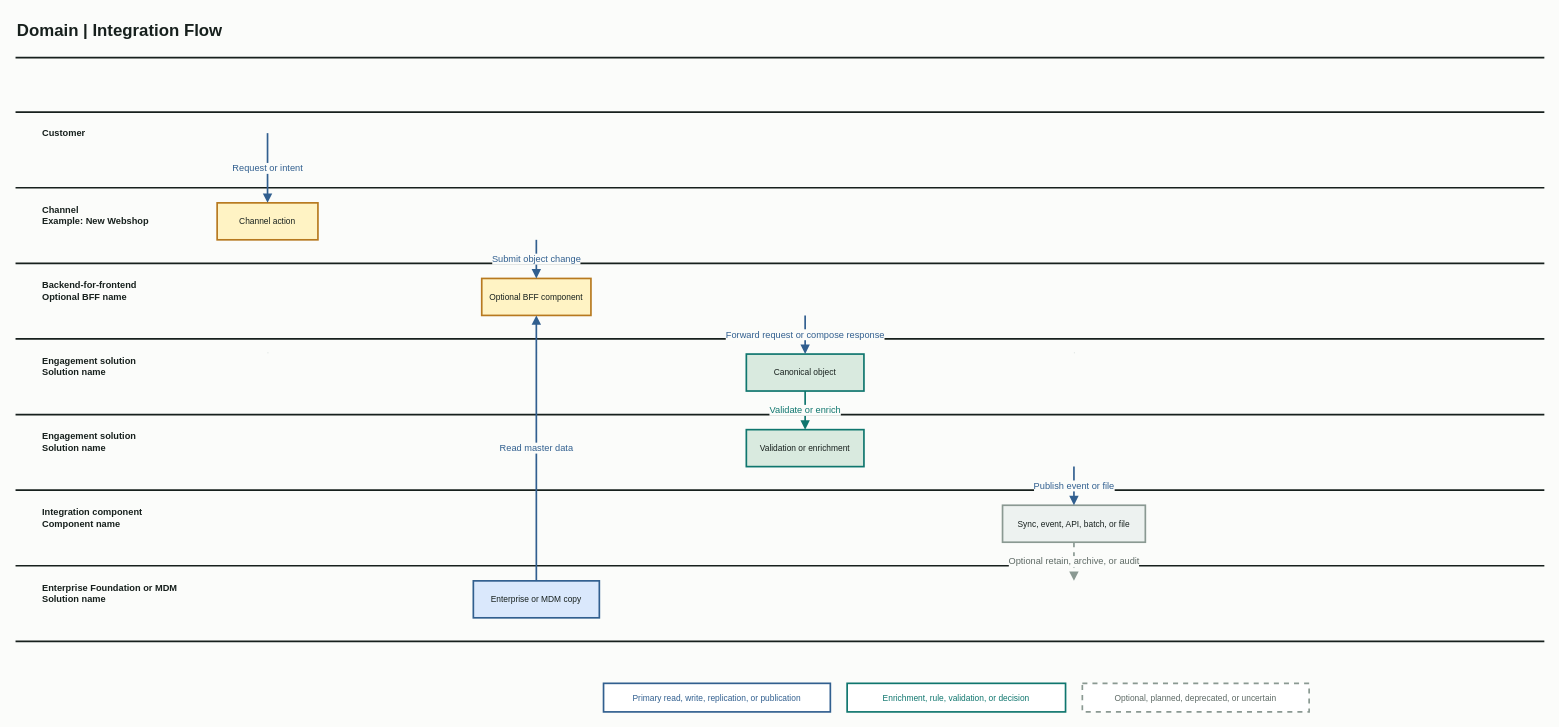
The draw.io diagram skills/create-drawio-diagram/templates/integration-flow.drawio in Future-CX/AI-Architecture-Toolkit, before the edit. Source tidied: cells renumbered, new cells numbered last; positions are measured from the earlier drawing's top-left corner, leaving out a move shared by most shapes. Both pictures are drawn from the tidied source at 84%, with x=0, y=0 at pixel (15, 14).
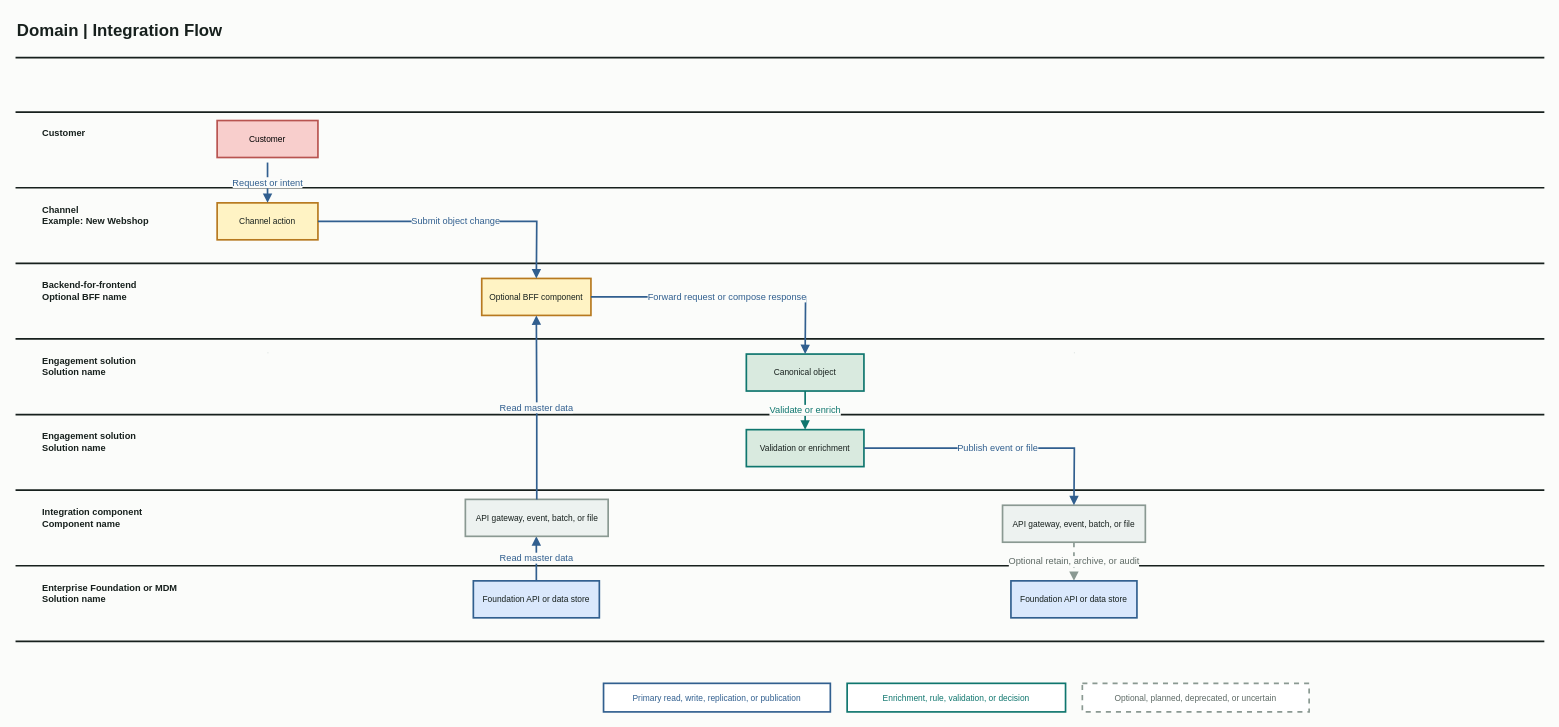
Above is the later version.

Commit message (it also covers changes not shown here):
improve Solution Architecture Design output

Unchanged cells that the change refers to:
```xml
<mxCell id="23" value="Channel action" style="rounded=0;whiteSpace=wrap;html=1;spacing=4;fillColor=#fff3c4;strokeColor=#b7791f;fontColor=#17201d;fontSize=10;strokeWidth=2;" parent="1" vertex="1">
  <mxGeometry x="240" y="224" width="120" height="44" as="geometry" />
</mxCell>
<mxCell id="24" value="Optional BFF component" style="rounded=0;whiteSpace=wrap;html=1;spacing=4;fillColor=#fff3c4;strokeColor=#b7791f;fontColor=#17201d;fontSize=10;strokeWidth=2;" parent="1" vertex="1">
  <mxGeometry x="555" y="314" width="130" height="44" as="geometry" />
</mxCell>
<mxCell id="26" value="Validation or enrichment" style="rounded=0;whiteSpace=wrap;html=1;spacing=4;fillColor=#d9eadf;strokeColor=#0f766e;fontColor=#17201d;fontSize=10;strokeWidth=2;" parent="1" vertex="1">
  <mxGeometry x="870" y="494" width="140" height="44" as="geometry" />
</mxCell>
```

Change to the diagram source:
```diff
@@
-    <mxCell id="27" value="Sync, event, API, batch, or file" style="rounded=0;whiteSpace=wrap;html=1;spacing=4;fillColor=#edf2f0;strokeColor=#8a9992;fontColor=#17201d;fontSize=10;strokeWidth=2;" parent="1" vertex="1">
+    <mxCell id="27" value="API gateway, event, batch, or file" style="rounded=0;whiteSpace=wrap;html=1;spacing=4;fillColor=#edf2f0;strokeColor=#8a9992;fontColor=#17201d;fontSize=10;strokeWidth=2;" parent="1" vertex="1">
       <mxGeometry x="1175" y="584" width="170" height="44" as="geometry" />
     </mxCell>
-    <mxCell id="28" value="Enterprise or MDM copy" style="rounded=0;whiteSpace=wrap;html=1;spacing=4;fillColor=#dae8fc;strokeColor=#315f8f;fontColor=#17201d;fontSize=10;strokeWidth=2;" parent="1" vertex="1">
+    <mxCell id="28" value="Foundation API or data store" style="rounded=0;whiteSpace=wrap;html=1;spacing=4;fillColor=#dae8fc;strokeColor=#315f8f;fontColor=#17201d;fontSize=10;strokeWidth=2;" parent="1" vertex="1">
       <mxGeometry x="545" y="674" width="150" height="44" as="geometry" />
     </mxCell>
     <mxCell id="29" value="Request or intent" style="edgeStyle=orthogonalEdgeStyle;rounded=0;orthogonalLoop=1;jettySize=auto;html=1;endArrow=block;strokeColor=#315f8f;fontColor=#315f8f;labelBackgroundColor=#fbfcfa;labelBorderColor=none;strokeWidth=2;" parent="1" edge="1">
       <mxGeometry relative="1" as="geometry">
-        <mxPoint x="300" y="141" as="sourcePoint" />
+        <mxPoint x="300" y="176" as="sourcePoint" />
         <mxPoint x="300" y="224" as="targetPoint" />
       </mxGeometry>
     </mxCell>
-    <mxCell id="30" value="Submit object change" style="edgeStyle=orthogonalEdgeStyle;rounded=0;orthogonalLoop=1;jettySize=auto;html=1;endArrow=block;strokeColor=#315f8f;fontColor=#315f8f;labelBackgroundColor=#fbfcfa;labelBorderColor=none;strokeWidth=2;" parent="1" edge="1">
+    <mxCell id="30" value="Submit object change" style="edgeStyle=orthogonalEdgeStyle;rounded=0;jettySize=auto;html=1;endArrow=block;strokeColor=#315f8f;fontColor=#315f8f;labelBackgroundColor=#fbfcfa;labelBorderColor=none;strokeWidth=2;exitX=1;exitY=0.5;exitDx=0;exitDy=0;" parent="1" edge="1" source="23">
       <mxGeometry relative="1" as="geometry">
-        <mxPoint x="620" y="268" as="sourcePoint" />
         <mxPoint x="620" y="314" as="targetPoint" />
       </mxGeometry>
     </mxCell>
-    <mxCell id="31" value="Forward request or compose response" style="edgeStyle=orthogonalEdgeStyle;rounded=0;orthogonalLoop=1;jettySize=auto;html=1;endArrow=block;strokeColor=#315f8f;fontColor=#315f8f;labelBackgroundColor=#fbfcfa;labelBorderColor=none;strokeWidth=2;" parent="1" edge="1">
+    <mxCell id="31" value="Forward request or compose response" style="edgeStyle=orthogonalEdgeStyle;rounded=0;jettySize=auto;html=1;endArrow=block;strokeColor=#315f8f;fontColor=#315f8f;labelBackgroundColor=#fbfcfa;labelBorderColor=none;strokeWidth=2;exitX=1;exitY=0.5;exitDx=0;exitDy=0;" parent="1" edge="1" source="24">
       <mxGeometry relative="1" as="geometry">
-        <mxPoint x="940" y="358" as="sourcePoint" />
         <mxPoint x="940" y="404" as="targetPoint" />
       </mxGeometry>
     </mxCell>
-    <mxCell id="32" value="Read master data" style="edgeStyle=orthogonalEdgeStyle;rounded=0;orthogonalLoop=1;jettySize=auto;html=1;endArrow=block;strokeColor=#315f8f;fontColor=#315f8f;labelBackgroundColor=#fbfcfa;labelBorderColor=none;strokeWidth=2;" parent="1" edge="1">
+    <mxCell id="32" value="Read master data" style="edgeStyle=orthogonalEdgeStyle;rounded=0;jettySize=auto;html=1;endArrow=block;strokeColor=#315f8f;fontColor=#315f8f;labelBackgroundColor=#fbfcfa;labelBorderColor=none;strokeWidth=2;" parent="1" edge="1" target="40">
       <mxGeometry relative="1" as="geometry">
         <mxPoint x="620" y="674" as="sourcePoint" />
-        <mxPoint x="620" y="358" as="targetPoint" />
       </mxGeometry>
     </mxCell>
@@
-    <mxCell id="34" value="Publish event or file" style="edgeStyle=orthogonalEdgeStyle;rounded=0;orthogonalLoop=1;jettySize=auto;html=1;endArrow=block;strokeColor=#315f8f;fontColor=#315f8f;labelBackgroundColor=#fbfcfa;labelBorderColor=none;strokeWidth=2;" parent="1" edge="1">
+    <mxCell id="34" value="Publish event or file" style="edgeStyle=orthogonalEdgeStyle;rounded=0;jettySize=auto;html=1;endArrow=block;strokeColor=#315f8f;fontColor=#315f8f;labelBackgroundColor=#fbfcfa;labelBorderColor=none;strokeWidth=2;exitX=1;exitY=0.5;exitDx=0;exitDy=0;" parent="1" edge="1" source="26">
       <mxGeometry relative="1" as="geometry">
-        <mxPoint x="1260" y="538" as="sourcePoint" />
         <mxPoint x="1260" y="584" as="targetPoint" />
       </mxGeometry>
     </mxCell>
@@
+    <mxCell id="39" value="Customer" style="rounded=0;whiteSpace=wrap;html=1;spacing=4;fillColor=#f8cecc;strokeColor=#b85450;fontSize=10;strokeWidth=2;" parent="1" vertex="1">
+      <mxGeometry x="240" y="126" width="120" height="44" as="geometry" />
+    </mxCell>
+    <mxCell id="40" value="API gateway, event, batch, or file" style="rounded=0;whiteSpace=wrap;html=1;spacing=4;fillColor=#edf2f0;strokeColor=#8a9992;fontColor=#17201d;fontSize=10;strokeWidth=2;" parent="1" vertex="1">
+      <mxGeometry x="535.5" y="577" width="170" height="44" as="geometry" />
+    </mxCell>
+    <mxCell id="41" value="Read master data" style="edgeStyle=orthogonalEdgeStyle;rounded=0;jettySize=auto;html=1;endArrow=block;strokeColor=#315f8f;fontColor=#315f8f;labelBackgroundColor=#fbfcfa;labelBorderColor=none;strokeWidth=2;entryX=0.5;entryY=1;entryDx=0;entryDy=0;" parent="1" edge="1" source="40" target="24">
+      <mxGeometry relative="1" as="geometry" />
+    </mxCell>
+    <mxCell id="42" value="Foundation API or data store" style="rounded=0;whiteSpace=wrap;html=1;spacing=4;fillColor=#dae8fc;strokeColor=#315f8f;fontColor=#17201d;fontSize=10;strokeWidth=2;" parent="1" vertex="1">
+      <mxGeometry x="1185" y="674" width="150" height="44" as="geometry" />
+    </mxCell>
```
